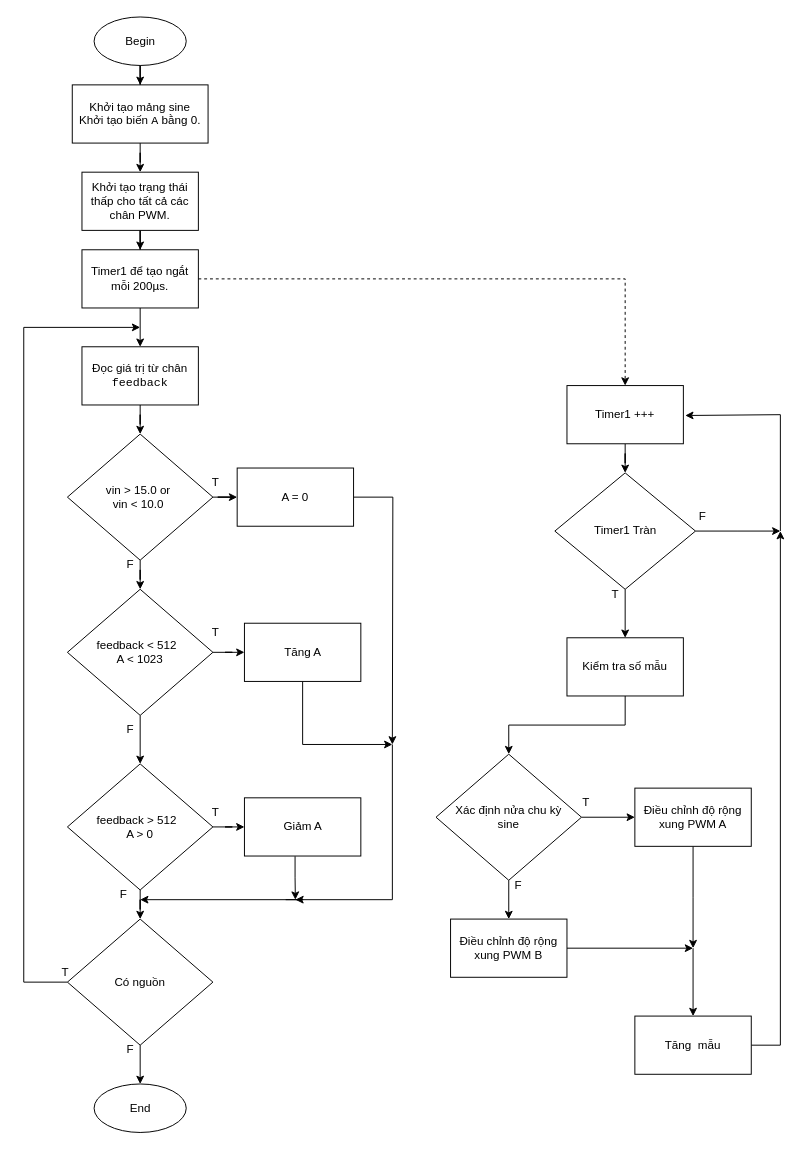
Before: doan2/luudo.drawio in zijipia/ArduinoCpp, a draw.io diagram. Source tidied: cells renumbered, new cells numbered last; positions are measured from the earlier drawing's top-left corner, leaving out a move shared by most shapes. Both pictures are drawn from the tidied source at 97%, with x=0, y=0 at pixel (23, 16).
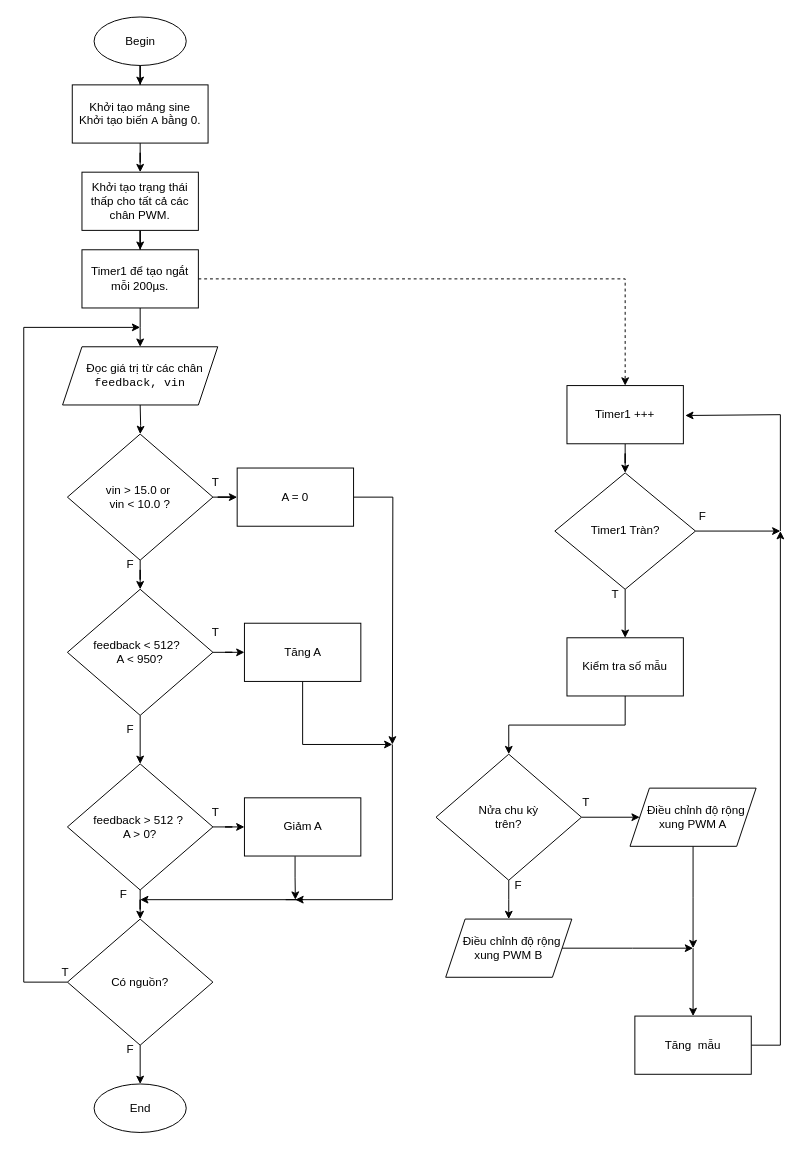
Above is the later version.

Unchanged cells that the change refers to:
```xml
<mxCell id="10" value="Timer1 để tạo ngắt mỗi 200µs." style="rounded=0;whiteSpace=wrap;html=1;" parent="1" vertex="1">
  <mxGeometry x="60" y="240" width="120" height="60" as="geometry" />
</mxCell>
```

What changed in the source:
```diff
@@
-    <mxCell id="9" style="edgeStyle=orthogonalEdgeStyle;rounded=0;jettySize=auto;html=1;" parent="1" edge="1" source="10" target="12">
-      <mxGeometry relative="1" as="geometry" />
+    <mxCell id="9" style="edgeStyle=orthogonalEdgeStyle;rounded=0;jettySize=auto;html=1;" parent="1" edge="1" source="10">
+      <mxGeometry relative="1" as="geometry">
+        <mxPoint x="120" y="340" as="targetPoint" />
+      </mxGeometry>
     </mxCell>
@@
-    <mxCell id="11" style="edgeStyle=orthogonalEdgeStyle;rounded=0;jettySize=auto;html=1;" parent="1" edge="1" source="12" target="56">
-      <mxGeometry relative="1" as="geometry" />
+    <mxCell id="11" style="edgeStyle=orthogonalEdgeStyle;rounded=0;jettySize=auto;html=1;" parent="1" edge="1" target="56">
+      <mxGeometry relative="1" as="geometry">
+        <mxPoint x="120" y="400" as="sourcePoint" />
+      </mxGeometry>
     </mxCell>
-    <mxCell id="12" value="Đọc giá trị từ chân &lt;code class=&quot;&quot;&gt;feedback&lt;/code&gt;" style="rounded=0;whiteSpace=wrap;html=1;" parent="1" vertex="1">
-      <mxGeometry x="60" y="340" width="120" height="60" as="geometry" />
-    </mxCell>
@@
-    <mxCell id="15" value="feedback &amp;lt; 512&amp;nbsp;&amp;nbsp;&lt;div&gt;A &amp;lt; 1023&lt;/div&gt;" style="rhombus;whiteSpace=wrap;html=1;" parent="1" vertex="1">
+    <mxCell id="15" value="feedback &amp;lt; 512?&amp;nbsp;&amp;nbsp;&lt;div&gt;A &amp;lt; 950?&lt;/div&gt;" style="rhombus;whiteSpace=wrap;html=1;" parent="1" vertex="1">
       <mxGeometry x="45" y="590" width="150" height="130" as="geometry" />
     </mxCell>
@@
-    <mxCell id="20" value="feedback &amp;gt; 512&amp;nbsp;&amp;nbsp;&lt;div&gt;A &amp;gt; 0&lt;/div&gt;" style="rhombus;whiteSpace=wrap;html=1;" parent="1" vertex="1">
+    <mxCell id="20" value="feedback &amp;gt; 512 ?&amp;nbsp;&lt;div&gt;A &amp;gt; 0?&lt;/div&gt;" style="rhombus;whiteSpace=wrap;html=1;" parent="1" vertex="1">
       <mxGeometry x="45" y="770" width="150" height="130" as="geometry" />
     </mxCell>
@@
-    <mxCell id="28" value="Có nguồn" style="rhombus;whiteSpace=wrap;html=1;" parent="1" vertex="1">
+    <mxCell id="28" value="Có nguồn?" style="rhombus;whiteSpace=wrap;html=1;" parent="1" vertex="1">
       <mxGeometry x="45" y="930" width="150" height="130" as="geometry" />
     </mxCell>
@@
-    <mxCell id="37" value="Timer1 Tràn" style="rhombus;whiteSpace=wrap;html=1;" parent="1" vertex="1">
+    <mxCell id="37" value="Timer1 Tràn?" style="rhombus;whiteSpace=wrap;html=1;" parent="1" vertex="1">
       <mxGeometry x="547.5" y="470" width="145" height="120" as="geometry" />
     </mxCell>
@@
-    <mxCell id="40" style="edgeStyle=orthogonalEdgeStyle;rounded=0;jettySize=auto;html=1;" parent="1" edge="1" source="42" target="44">
-      <mxGeometry relative="1" as="geometry" />
+    <mxCell id="40" style="edgeStyle=orthogonalEdgeStyle;rounded=0;jettySize=auto;html=1;" parent="1" edge="1" source="42">
+      <mxGeometry relative="1" as="geometry">
+        <mxPoint x="500" y="930" as="targetPoint" />
+      </mxGeometry>
     </mxCell>
-    <mxCell id="41" style="edgeStyle=orthogonalEdgeStyle;rounded=0;jettySize=auto;html=1;" parent="1" edge="1" source="42" target="46">
+    <mxCell id="41" style="edgeStyle=orthogonalEdgeStyle;rounded=0;jettySize=auto;html=1;entryX=0;entryY=0.5;entryDx=0;entryDy=0;" parent="1" edge="1" source="42" target="46">
       <mxGeometry relative="1" as="geometry" />
     </mxCell>
-    <mxCell id="42" value="Xác định nửa chu kỳ&lt;div&gt;sine&lt;/div&gt;" style="rhombus;whiteSpace=wrap;html=1;" parent="1" vertex="1">
+    <mxCell id="42" value="Nửa chu kỳ&lt;div&gt;trên?&lt;/div&gt;" style="rhombus;whiteSpace=wrap;html=1;" parent="1" vertex="1">
       <mxGeometry x="425" y="760" width="150" height="130" as="geometry" />
     </mxCell>
-    <mxCell id="43" style="edgeStyle=orthogonalEdgeStyle;rounded=0;jettySize=auto;html=1;" parent="1" edge="1" source="44">
+    <mxCell id="43" style="edgeStyle=orthogonalEdgeStyle;rounded=0;jettySize=auto;html=1;exitX=1;exitY=0.5;exitDx=0;exitDy=0;" parent="1" edge="1" source="44">
       <mxGeometry relative="1" as="geometry">
         <mxPoint x="690" y="960" as="targetPoint" />
       </mxGeometry>
     </mxCell>
-    <mxCell id="44" value="Điều chỉnh độ rộng xung PWM B" style="rounded=0;whiteSpace=wrap;html=1;" parent="1" vertex="1">
-      <mxGeometry x="440" y="930" width="120" height="60" as="geometry" />
-    </mxCell>
-    <mxCell id="45" style="edgeStyle=orthogonalEdgeStyle;rounded=0;jettySize=auto;html=1;" parent="1" edge="1" source="46">
+    <mxCell id="45" style="edgeStyle=orthogonalEdgeStyle;rounded=0;jettySize=auto;html=1;exitX=0.5;exitY=1;exitDx=0;exitDy=0;" parent="1" edge="1" source="46">
       <mxGeometry relative="1" as="geometry">
         <mxPoint x="690" y="960" as="targetPoint" />
       </mxGeometry>
     </mxCell>
-    <mxCell id="46" value="Điều chỉnh độ rộng xung PWM A" style="rounded=0;whiteSpace=wrap;html=1;" parent="1" vertex="1">
-      <mxGeometry x="630" y="795" width="120" height="60" as="geometry" />
-    </mxCell>
@@
-    <mxCell id="56" value="vin &amp;gt; 15.0 or&amp;nbsp;&lt;div&gt;vin &amp;lt; 10.0&amp;nbsp;&lt;br&gt;&lt;/div&gt;" style="rhombus;whiteSpace=wrap;html=1;" parent="1" vertex="1">
+    <mxCell id="56" value="vin &amp;gt; 15.0 or&amp;nbsp;&lt;div&gt;vin &amp;lt; 10.0 ?&lt;br&gt;&lt;/div&gt;" style="rhombus;whiteSpace=wrap;html=1;" parent="1" vertex="1">
       <mxGeometry x="45" y="430" width="150" height="130" as="geometry" />
     </mxCell>
@@
+    <mxCell id="64" value="&amp;nbsp; &amp;nbsp; Đọc giá trị từ các chân&amp;nbsp;&lt;div&gt;&lt;font face=&quot;monospace&quot;&gt;feedback, vin&lt;/font&gt;&lt;/div&gt;" style="shape=parallelogram;perimeter=parallelogramPerimeter;whiteSpace=wrap;html=1;fixedSize=1;" parent="1" vertex="1">
+      <mxGeometry x="40" y="340" width="160" height="60" as="geometry" />
+    </mxCell>
+    <mxCell id="46" value="&amp;nbsp; Điều chỉnh độ rộng xung PWM A" style="shape=parallelogram;perimeter=parallelogramPerimeter;whiteSpace=wrap;html=1;fixedSize=1;" parent="1" vertex="1">
+      <mxGeometry x="625" y="795" width="130" height="60" as="geometry" />
+    </mxCell>
+    <mxCell id="44" value="&amp;nbsp; Điều chỉnh độ rộng xung PWM B" style="shape=parallelogram;perimeter=parallelogramPerimeter;whiteSpace=wrap;html=1;fixedSize=1;" parent="1" vertex="1">
+      <mxGeometry x="435" y="930" width="130" height="60" as="geometry" />
+    </mxCell>
```
